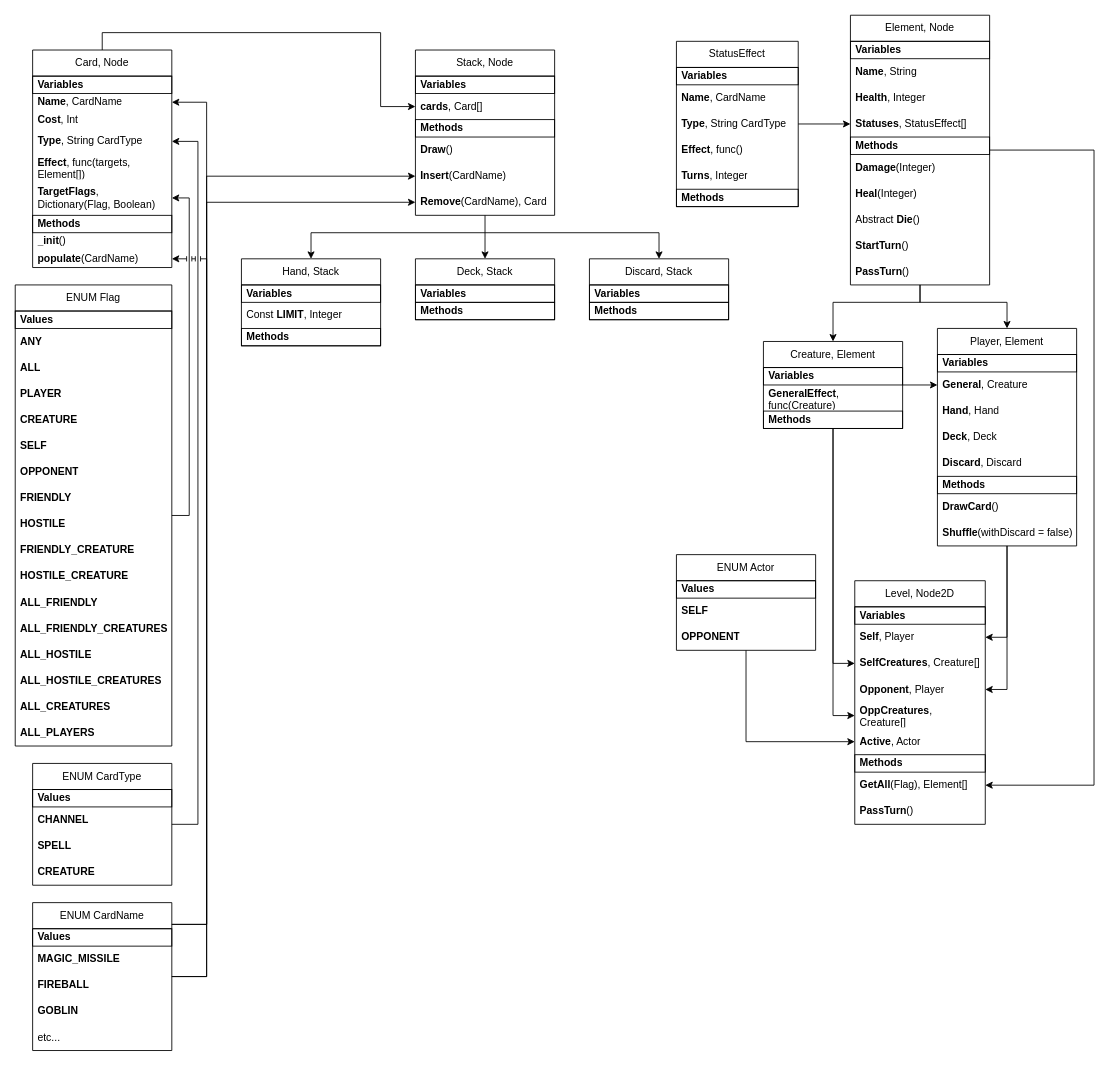
Before: design.drawio in mperez68/Deckbuilder, a draw.io diagram. Source tidied: cells renumbered, new cells numbered last; positions are measured from the earlier drawing's top-left corner, leaving out a move shared by most shapes. Both pictures are drawn from the tidied source at 87%, with x=0, y=0 at pixel (15, 15).
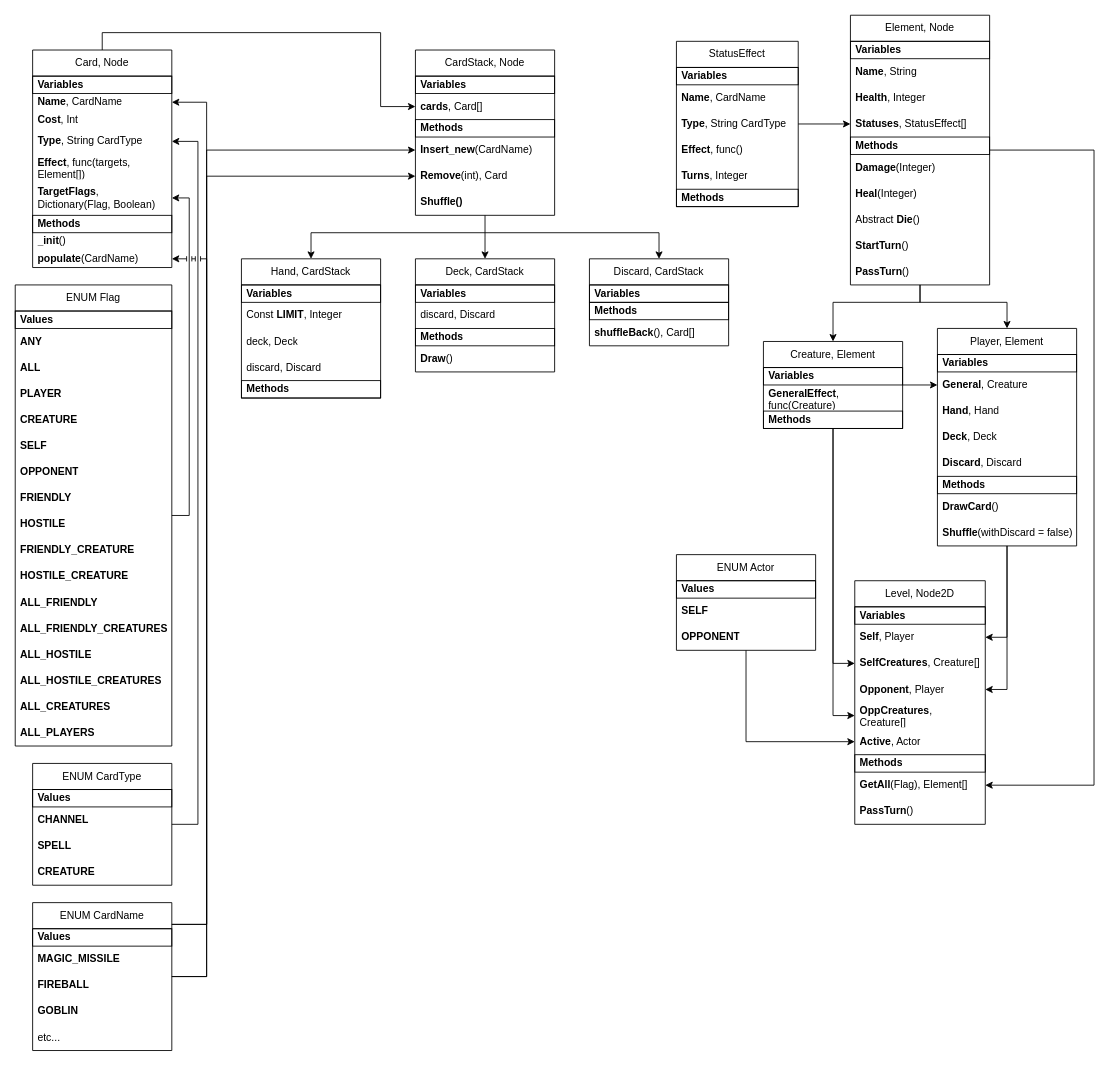
Above is the later version.

What changed in the source:
```diff
@@
-    <mxCell id="13" value="Hand, Stack" style="swimlane;fontStyle=0;horizontal=1;startSize=30;whiteSpace=wrap;html=1;" parent="1" vertex="1">
-      <mxGeometry x="260" y="280" width="160" height="100" as="geometry" />
+    <mxCell id="13" value="Hand, CardStack" style="swimlane;fontStyle=0;horizontal=1;startSize=30;whiteSpace=wrap;html=1;" parent="1" vertex="1">
+      <mxGeometry x="260" y="280" width="160" height="160" as="geometry" />
     </mxCell>
@@
+    <mxCell id="123" value="deck, Deck" style="text;strokeColor=none;fillColor=none;align=left;verticalAlign=middle;spacingLeft=4;spacingRight=4;overflow=hidden;whiteSpace=wrap;html=1;" parent="13" vertex="1">
+      <mxGeometry y="80" width="160" height="30" as="geometry" />
+    </mxCell>
+    <mxCell id="124" value="discard, Discard" style="text;strokeColor=none;fillColor=none;align=left;verticalAlign=middle;spacingLeft=4;spacingRight=4;overflow=hidden;whiteSpace=wrap;html=1;" parent="13" vertex="1">
+      <mxGeometry y="110" width="160" height="30" as="geometry" />
+    </mxCell>
     <mxCell id="16" value="&lt;b&gt;Methods&lt;/b&gt;" style="text;strokeColor=default;fillColor=none;align=left;verticalAlign=middle;spacingLeft=4;spacingRight=4;overflow=hidden;whiteSpace=wrap;html=1;" parent="13" vertex="1">
-      <mxGeometry y="80" width="160" height="20" as="geometry" />
+      <mxGeometry y="140" width="160" height="20" as="geometry" />
     </mxCell>
@@
-    <mxCell id="74" value="Deck, Stack" style="swimlane;fontStyle=0;horizontal=1;startSize=30;whiteSpace=wrap;html=1;" parent="1" vertex="1">
-      <mxGeometry x="460" y="280" width="160" height="70" as="geometry" />
+    <mxCell id="74" value="Deck, CardStack" style="swimlane;fontStyle=0;horizontal=1;startSize=30;whiteSpace=wrap;html=1;" parent="1" vertex="1">
+      <mxGeometry x="460" y="280" width="160" height="130" as="geometry" />
     </mxCell>
@@
+    <mxCell id="125" value="discard, Discard" style="text;strokeColor=none;fillColor=none;align=left;verticalAlign=middle;spacingLeft=4;spacingRight=4;overflow=hidden;whiteSpace=wrap;html=1;" parent="74" vertex="1">
+      <mxGeometry y="50" width="160" height="30" as="geometry" />
+    </mxCell>
     <mxCell id="76" value="&lt;b&gt;Methods&lt;/b&gt;" style="text;strokeColor=default;fillColor=none;align=left;verticalAlign=middle;spacingLeft=4;spacingRight=4;overflow=hidden;whiteSpace=wrap;html=1;" parent="74" vertex="1">
-      <mxGeometry y="50" width="160" height="20" as="geometry" />
+      <mxGeometry y="80" width="160" height="20" as="geometry" />
     </mxCell>
+    <mxCell id="84" value="&lt;b&gt;Draw&lt;/b&gt;()" style="text;strokeColor=none;fillColor=none;align=left;verticalAlign=middle;spacingLeft=4;spacingRight=4;overflow=hidden;whiteSpace=wrap;html=1;" parent="74" vertex="1">
+      <mxGeometry y="100" width="160" height="30" as="geometry" />
+    </mxCell>
-    <mxCell id="77" value="Discard, Stack" style="swimlane;fontStyle=0;horizontal=1;startSize=30;whiteSpace=wrap;html=1;" parent="1" vertex="1">
-      <mxGeometry x="660" y="280" width="160" height="70" as="geometry" />
+    <mxCell id="77" value="Discard, CardStack" style="swimlane;fontStyle=0;horizontal=1;startSize=30;whiteSpace=wrap;html=1;" parent="1" vertex="1">
+      <mxGeometry x="660" y="280" width="160" height="100" as="geometry" />
     </mxCell>
@@
+    <mxCell id="126" value="&lt;b&gt;shuffleBack&lt;/b&gt;(), Card[]" style="text;strokeColor=none;fillColor=none;align=left;verticalAlign=middle;spacingLeft=4;spacingRight=4;overflow=hidden;whiteSpace=wrap;html=1;" parent="77" vertex="1">
+      <mxGeometry y="70" width="160" height="30" as="geometry" />
+    </mxCell>
-    <mxCell id="80" value="Stack, Node" style="swimlane;fontStyle=0;horizontal=1;startSize=30;whiteSpace=wrap;html=1;" parent="1" vertex="1">
+    <mxCell id="80" value="CardStack, Node" style="swimlane;fontStyle=0;horizontal=1;startSize=30;whiteSpace=wrap;html=1;" parent="1" vertex="1">
       <mxGeometry x="460" y="40" width="160" height="190" as="geometry" />
     </mxCell>
@@
-    <mxCell id="84" value="&lt;b&gt;Draw&lt;/b&gt;()" style="text;strokeColor=none;fillColor=none;align=left;verticalAlign=middle;spacingLeft=4;spacingRight=4;overflow=hidden;whiteSpace=wrap;html=1;" parent="80" vertex="1">
-      <mxGeometry y="100" width="160" height="30" as="geometry" />
-    </mxCell>
-    <mxCell id="85" value="&lt;b&gt;Insert&lt;/b&gt;(&lt;span style=&quot;text-align: center;&quot;&gt;CardName&lt;/span&gt;)" style="text;strokeColor=none;fillColor=none;align=left;verticalAlign=middle;spacingLeft=4;spacingRight=4;overflow=hidden;points=[[0,0.5],[1,0.5]];portConstraint=eastwest;whiteSpace=wrap;html=1;" parent="80" vertex="1">
-      <mxGeometry y="130" width="160" height="30" as="geometry" />
+    <mxCell id="85" value="&lt;b&gt;Insert_new&lt;/b&gt;(&lt;span style=&quot;text-align: center;&quot;&gt;CardName&lt;/span&gt;)" style="text;strokeColor=none;fillColor=none;align=left;verticalAlign=middle;spacingLeft=4;spacingRight=4;overflow=hidden;points=[[0,0.5],[1,0.5]];portConstraint=eastwest;whiteSpace=wrap;html=1;" parent="80" vertex="1">
+      <mxGeometry y="100" width="160" height="30" as="geometry" />
     </mxCell>
-    <mxCell id="86" value="&lt;b&gt;Remove&lt;/b&gt;(&lt;span style=&quot;text-align: center;&quot;&gt;CardName&lt;/span&gt;), Card" style="text;strokeColor=none;fillColor=none;align=left;verticalAlign=middle;spacingLeft=4;spacingRight=4;overflow=hidden;points=[[0,0.5],[1,0.5]];portConstraint=eastwest;whiteSpace=wrap;html=1;" parent="80" vertex="1">
-      <mxGeometry y="160" width="160" height="30" as="geometry" />
+    <mxCell id="86" value="&lt;b&gt;Remove&lt;/b&gt;(&lt;span style=&quot;text-align: center;&quot;&gt;int&lt;/span&gt;), Card" style="text;strokeColor=none;fillColor=none;align=left;verticalAlign=middle;spacingLeft=4;spacingRight=4;overflow=hidden;points=[[0,0.5],[1,0.5]];portConstraint=eastwest;whiteSpace=wrap;html=1;" parent="80" vertex="1">
+      <mxGeometry y="130" width="160" height="30" as="geometry" />
     </mxCell>
+    <mxCell id="127" value="&lt;b&gt;Shuffle()&lt;/b&gt;" style="text;strokeColor=none;fillColor=none;align=left;verticalAlign=middle;spacingLeft=4;spacingRight=4;overflow=hidden;whiteSpace=wrap;html=1;" parent="80" vertex="1">
+      <mxGeometry y="160" width="160" height="30" as="geometry" />
+    </mxCell>
```
